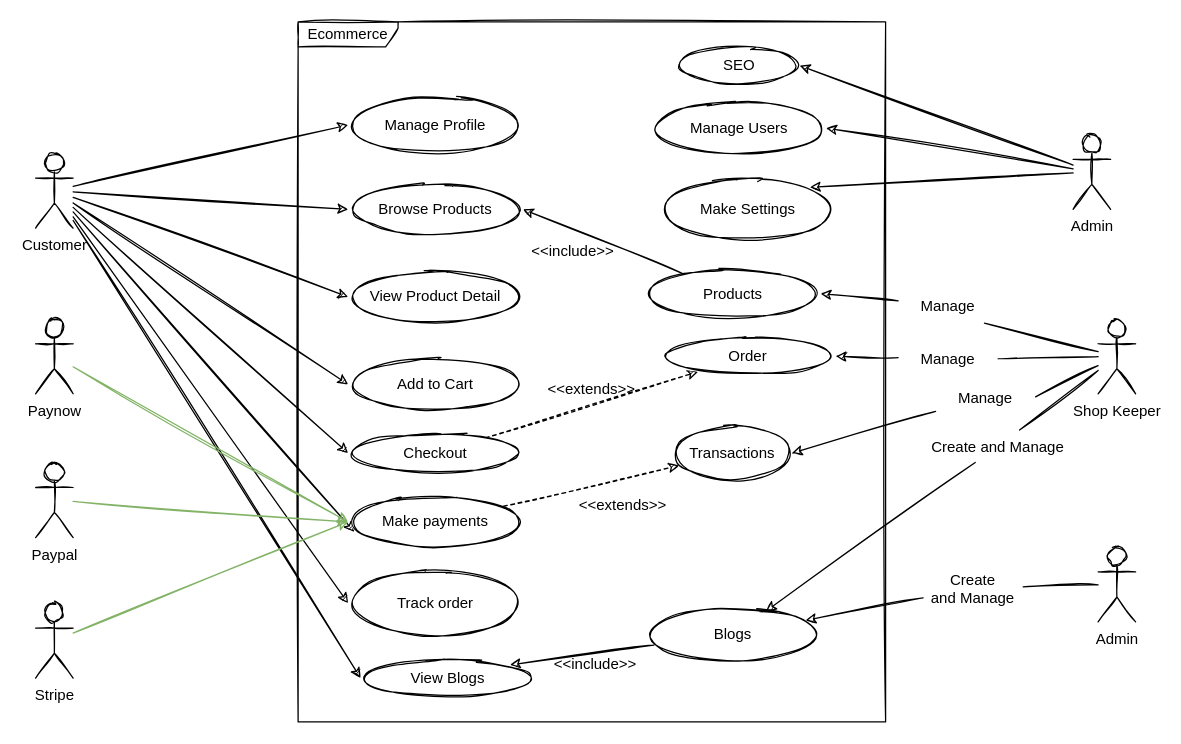
The draw.io diagram designs/ecommerce.drawio in JS-Hub-ZW/E-Commerce-ZW, before the edit. Source tidied: cells renumbered, new cells numbered last; positions are measured from the earlier drawing's top-left corner, leaving out a move shared by most shapes. Both pictures are drawn from the tidied source at 125%, with x=0, y=0 at pixel (35, 21).
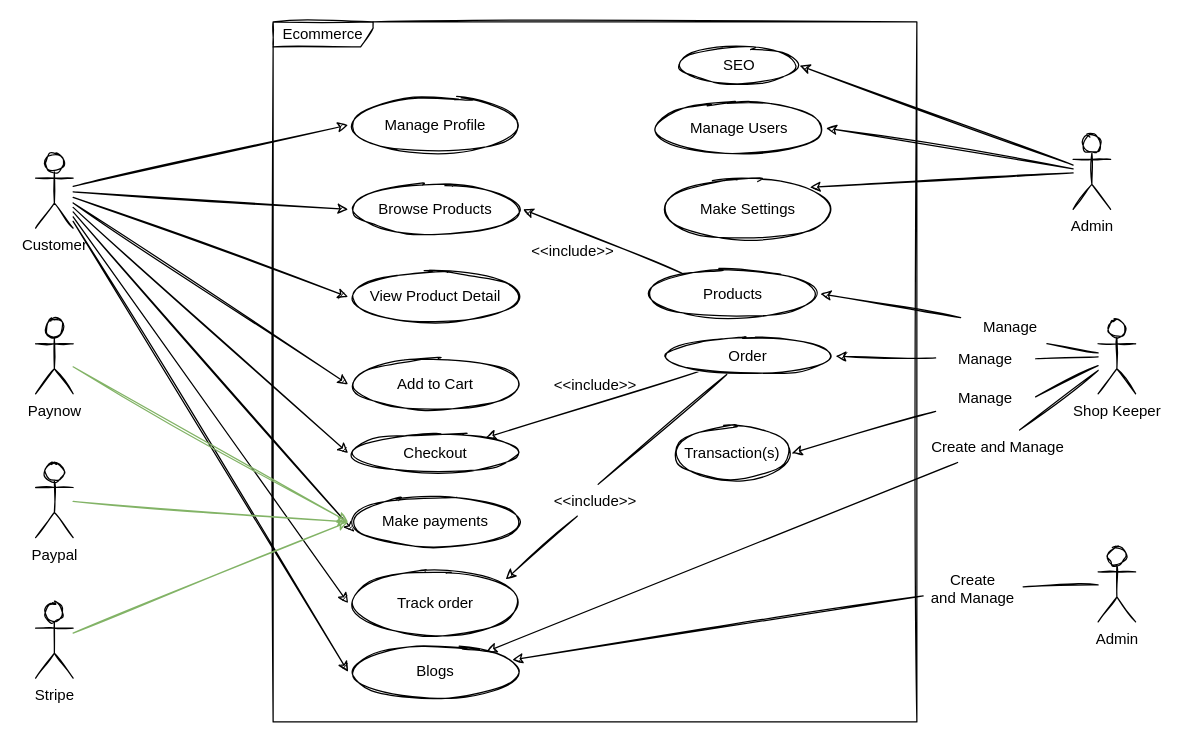
Above is the later version.

Commit message:
Corrected some errors

The change refers to these unchanged cells:
```xml
<mxCell id="11" value="Customer" style="shape=umlActor;verticalLabelPosition=bottom;verticalAlign=top;html=1;sketch=1;" parent="1" vertex="1">
  <mxGeometry y="105" width="30" height="60" as="geometry" />
</mxCell>
<mxCell id="20" value="Checkout" style="ellipse;whiteSpace=wrap;html=1;sketch=1;" parent="1" vertex="1">
  <mxGeometry x="250" y="330" width="140" height="30" as="geometry" />
</mxCell>
<mxCell id="22" value="Make payments" style="ellipse;whiteSpace=wrap;html=1;sketch=1;" parent="1" vertex="1">
  <mxGeometry x="250" y="380" width="140" height="40" as="geometry" />
</mxCell>
<mxCell id="26" value="Order" style="ellipse;whiteSpace=wrap;html=1;sketch=1;" parent="1" vertex="1">
  <mxGeometry x="500" y="252.5" width="140" height="30" as="geometry" />
</mxCell>
<mxCell id="37" value="Track order" style="ellipse;whiteSpace=wrap;html=1;sketch=1;" parent="1" vertex="1">
  <mxGeometry x="250" y="440" width="140" height="50" as="geometry" />
</mxCell>
```

Diff of the diagram source:
```diff
@@
     <mxCell id="2" value="Ecommerce" style="shape=umlFrame;whiteSpace=wrap;html=1;width=80;height=20;sketch=1;" parent="1" vertex="1">
-      <mxGeometry x="210" width="470" height="560" as="geometry" />
+      <mxGeometry x="190" width="515" height="560" as="geometry" />
     </mxCell>
@@
-    <mxCell id="10" style="edgeStyle=none;rounded=0;sketch=1;jettySize=auto;html=1;entryX=0;entryY=0.5;entryDx=0;entryDy=0;" parent="1" edge="1" source="11" target="57">
+    <mxCell id="10" style="edgeStyle=none;rounded=0;sketch=1;jettySize=auto;html=1;entryX=0;entryY=0.5;entryDx=0;entryDy=0;" parent="1" edge="1" source="11" target="39">
       <mxGeometry relative="1" as="geometry" />
     </mxCell>
@@
-    <mxCell id="19" style="edgeStyle=none;rounded=0;sketch=1;jettySize=auto;html=1;dashed=1;" parent="1" edge="1" source="20" target="26">
-      <mxGeometry relative="1" as="geometry" />
-    </mxCell>
@@
-    <mxCell id="21" style="edgeStyle=none;rounded=0;sketch=1;jettySize=auto;html=1;dashed=1;" parent="1" edge="1" source="22" target="27">
-      <mxGeometry relative="1" as="geometry" />
-    </mxCell>
@@
+    <mxCell id="62" style="edgeStyle=none;rounded=0;sketch=1;jettySize=auto;html=1;" parent="1" edge="1" source="26" target="20">
+      <mxGeometry relative="1" as="geometry" />
+    </mxCell>
+    <mxCell id="63" style="edgeStyle=none;rounded=0;sketch=1;jettySize=auto;html=1;entryX=0.9;entryY=0.12;entryDx=0;entryDy=0;entryPerimeter=0;startArrow=none;" parent="1" edge="1" source="65" target="37">
+      <mxGeometry relative="1" as="geometry" />
+    </mxCell>
@@
-    <mxCell id="27" value="Transactions" style="ellipse;whiteSpace=wrap;html=1;sketch=1;" parent="1" vertex="1">
+    <mxCell id="27" value="Transaction(s)" style="ellipse;whiteSpace=wrap;html=1;sketch=1;" parent="1" vertex="1">
       <mxGeometry x="510" y="322.5" width="95" height="45" as="geometry" />
     </mxCell>
@@
-    <mxCell id="38" style="edgeStyle=none;rounded=0;sketch=1;jettySize=auto;html=1;entryX=1;entryY=0;entryDx=0;entryDy=0;" parent="1" edge="1" source="39" target="57">
-      <mxGeometry relative="1" as="geometry" />
-    </mxCell>
     <mxCell id="39" value="Blogs" style="ellipse;whiteSpace=wrap;html=1;sketch=1;" parent="1" vertex="1">
-      <mxGeometry x="488" y="470" width="140" height="40" as="geometry" />
+      <mxGeometry x="250" y="500" width="140" height="40" as="geometry" />
     </mxCell>
@@
     <mxCell id="45" value="Manage" style="text;align=center;fontStyle=0;verticalAlign=middle;spacingLeft=3;spacingRight=3;points=[[0,0.5],[1,0.5]];portConstraint=eastwest;sketch=1;" parent="1" vertex="1">
-      <mxGeometry x="690" y="256.5" width="80" height="26" as="geometry" />
+      <mxGeometry x="720" y="256.5" width="80" height="26" as="geometry" />
     </mxCell>
@@
-    <mxCell id="55" value="&lt;&lt;extends&gt;&gt;&#10;" style="text;align=center;fontStyle=0;verticalAlign=middle;spacingLeft=3;spacingRight=3;strokeColor=none;" parent="1" vertex="1">
-      <mxGeometry x="430" y="380" width="80" height="26" as="geometry" />
-    </mxCell>
-    <mxCell id="56" value="&lt;&lt;extends&gt;&gt;&#10;" style="text;align=center;fontStyle=0;verticalAlign=middle;spacingLeft=3;spacingRight=3;strokeColor=none;" parent="1" vertex="1">
-      <mxGeometry x="405" y="287" width="80" height="26" as="geometry" />
-    </mxCell>
-    <mxCell id="57" value="View Blogs" style="ellipse;whiteSpace=wrap;html=1;sketch=1;" parent="1" vertex="1">
-      <mxGeometry x="260" y="510" width="140" height="30" as="geometry" />
-    </mxCell>
-    <mxCell id="58" value="&lt;&lt;include&gt;&gt;" style="text;align=center;fontStyle=0;verticalAlign=middle;spacingLeft=3;spacingRight=3;strokeColor=none;sketch=1;" parent="1" vertex="1">
-      <mxGeometry x="408" y="500" width="80" height="26" as="geometry" />
-    </mxCell>
@@
     <mxCell id="60" value="Manage" style="text;align=center;fontStyle=0;verticalAlign=middle;spacingLeft=3;spacingRight=3;strokeColor=none;points=[[0,0.5],[1,0.5]];portConstraint=eastwest;sketch=1;" parent="1" vertex="1">
-      <mxGeometry x="690" y="214" width="80" height="26" as="geometry" />
+      <mxGeometry x="740" y="230.5" width="80" height="26" as="geometry" />
     </mxCell>
@@
+    <mxCell id="64" value="&lt;&lt;include&gt;&gt;" style="text;align=center;fontStyle=0;verticalAlign=middle;spacingLeft=3;spacingRight=3;strokeColor=none;sketch=1;" parent="1" vertex="1">
+      <mxGeometry x="408" y="277" width="80" height="26" as="geometry" />
+    </mxCell>
+    <mxCell id="65" value="&lt;&lt;include&gt;&gt;" style="text;align=center;fontStyle=0;verticalAlign=middle;spacingLeft=3;spacingRight=3;strokeColor=none;points=[[0,0.5],[1,0.5]];portConstraint=eastwest;sketch=1;" parent="1" vertex="1">
+      <mxGeometry x="408" y="369.5" width="80" height="26" as="geometry" />
+    </mxCell>
+    <mxCell id="66" style="edgeStyle=none;rounded=0;sketch=1;jettySize=auto;html=1;entryX=0.525;entryY=0.019;entryDx=0;entryDy=0;entryPerimeter=0;endArrow=none;" parent="1" edge="1" source="26" target="65">
+      <mxGeometry relative="1" as="geometry" />
+    </mxCell>
```
